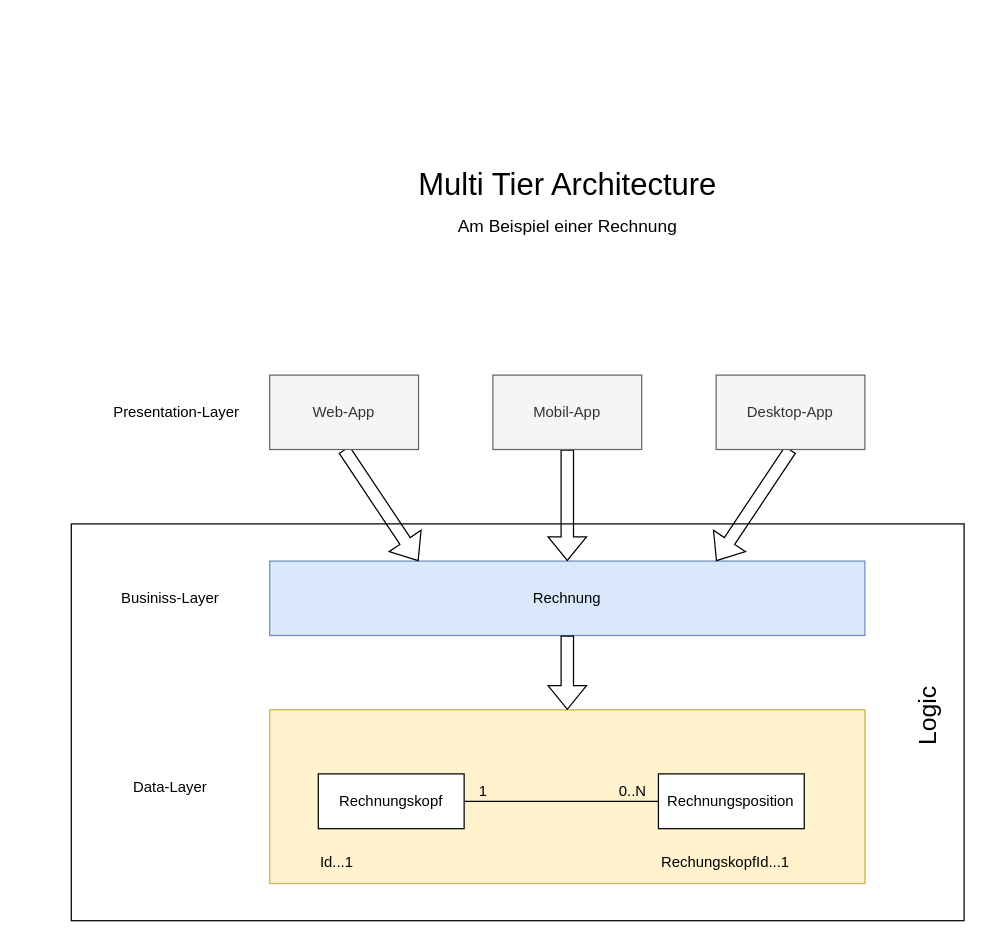
Before: MultiTierArchitecture.drawio in Nydery/CSSoftwareEngineering-QuickTemplate, a draw.io diagram. Source tidied: cells renumbered, new cells numbered last; positions are measured from the earlier drawing's top-left corner, leaving out a move shared by most shapes. Both pictures are drawn from the tidied source at 124%, with x=0, y=0 at pixel (71, 157).
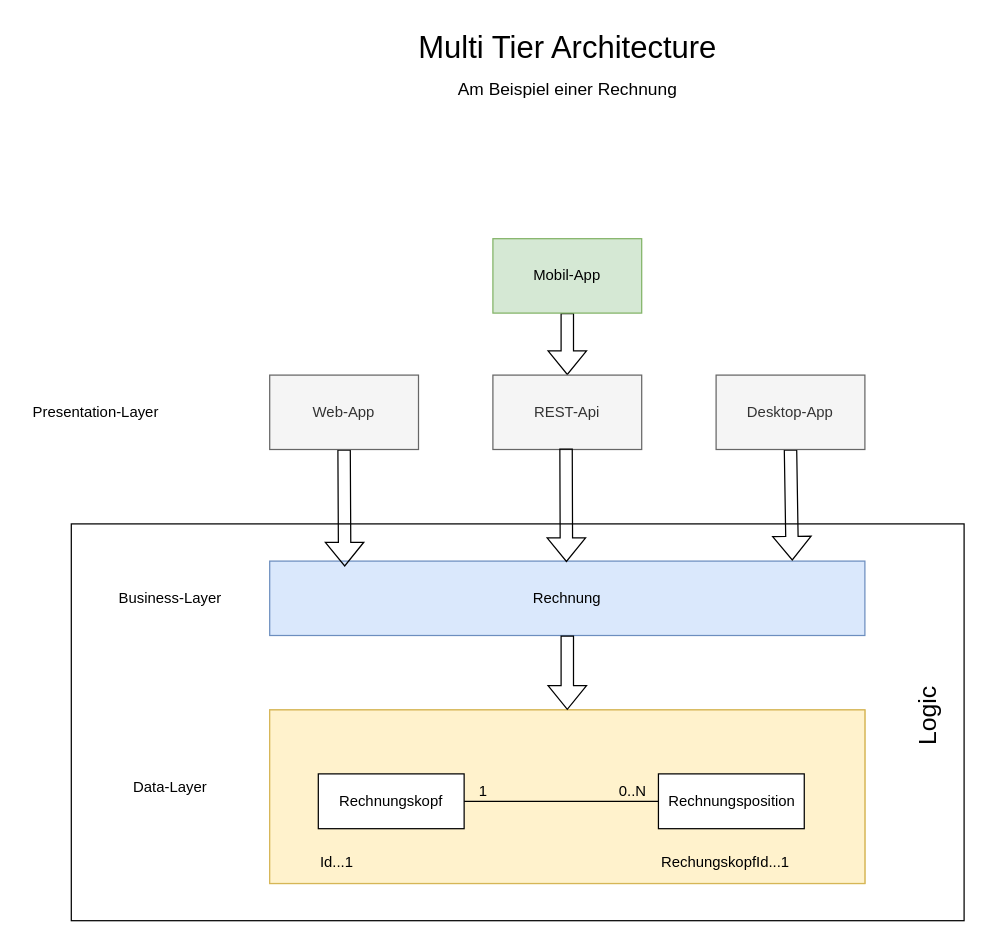
The same page after the edit.

Commit message:
Changed multi tier atchitecture picture.

Unchanged cells that the change refers to:
```xml
<mxCell id="12" value="Rechnung" style="rounded=0;whiteSpace=wrap;html=1;fillColor=#dae8fc;strokeColor=#6c8ebf;" parent="1" vertex="1">
  <mxGeometry x="160" y="325" width="480" height="60" as="geometry" />
</mxCell>
<mxCell id="20" value="Web-App" style="rounded=0;whiteSpace=wrap;html=1;fillColor=#f5f5f5;fontColor=#333333;strokeColor=#666666;" parent="1" vertex="1">
  <mxGeometry x="160" y="175" width="120" height="60" as="geometry" />
</mxCell>
<mxCell id="22" value="Desktop-App" style="rounded=0;whiteSpace=wrap;html=1;fillColor=#f5f5f5;fontColor=#333333;strokeColor=#666666;" parent="1" vertex="1">
  <mxGeometry x="520" y="175" width="120" height="60" as="geometry" />
</mxCell>
```

The edit, as a diff of the source:
```diff
@@
-    <mxCell id="14" style="shape=flexArrow;endArrow=classic;html=1;rounded=0;exitX=0.5;exitY=1;exitDx=0;exitDy=0;entryX=0.25;entryY=0;entryDx=0;entryDy=0;" parent="1" edge="1" source="20" target="12">
+    <mxCell id="14" style="shape=flexArrow;endArrow=classic;html=1;rounded=0;exitX=0.5;exitY=1;exitDx=0;exitDy=0;entryX=0.126;entryY=0.073;entryDx=0;entryDy=0;entryPerimeter=0;" parent="1" edge="1" source="20" target="12">
       <mxGeometry relative="1" as="geometry" />
     </mxCell>
-    <mxCell id="15" style="shape=flexArrow;endArrow=classic;html=1;rounded=0;exitX=0.5;exitY=1;exitDx=0;exitDy=0;" parent="1" edge="1" source="21">
-      <mxGeometry relative="1" as="geometry">
-        <mxPoint x="400" y="325" as="targetPoint" />
-      </mxGeometry>
+    <mxCell id="15" style="shape=flexArrow;endArrow=classic;html=1;rounded=0;" parent="1" edge="1" source="21" target="26">
+      <mxGeometry relative="1" as="geometry" />
     </mxCell>
-    <mxCell id="16" style="shape=flexArrow;endArrow=classic;html=1;rounded=0;exitX=0.5;exitY=1;exitDx=0;exitDy=0;entryX=0.75;entryY=0;entryDx=0;entryDy=0;" parent="1" edge="1" source="22" target="12">
+    <mxCell id="16" style="shape=flexArrow;endArrow=classic;html=1;rounded=0;exitX=0.5;exitY=1;exitDx=0;exitDy=0;entryX=0.878;entryY=-0.007;entryDx=0;entryDy=0;entryPerimeter=0;" parent="1" edge="1" source="22" target="12">
       <mxGeometry relative="1" as="geometry" />
     </mxCell>
@@
-    <mxCell id="18" value="Businiss-Layer" style="text;html=1;strokeColor=none;fillColor=none;align=center;verticalAlign=middle;whiteSpace=wrap;rounded=0;" parent="1" vertex="1">
+    <mxCell id="18" value="Business-Layer" style="text;html=1;strokeColor=none;fillColor=none;align=center;verticalAlign=middle;whiteSpace=wrap;rounded=0;" parent="1" vertex="1">
       <mxGeometry x="35" y="340" width="90" height="30" as="geometry" />
     </mxCell>
     <mxCell id="19" value="Presentation-Layer" style="text;html=1;strokeColor=none;fillColor=none;align=center;verticalAlign=middle;whiteSpace=wrap;rounded=0;" parent="1" vertex="1">
-      <mxGeometry x="30" y="190" width="110" height="30" as="geometry" />
+      <mxGeometry x="-40" y="190" width="120" height="30" as="geometry" />
     </mxCell>
@@
-    <mxCell id="21" value="Mobil-App" style="rounded=0;whiteSpace=wrap;html=1;fillColor=#f5f5f5;fontColor=#333333;strokeColor=#666666;" parent="1" vertex="1">
-      <mxGeometry x="340" y="175" width="120" height="60" as="geometry" />
+    <mxCell id="21" value="Mobil-App" style="rounded=0;whiteSpace=wrap;html=1;fillColor=#d5e8d4;strokeColor=#82b366;" parent="1" vertex="1">
+      <mxGeometry x="340" y="65" width="120" height="60" as="geometry" />
     </mxCell>
@@
     <mxCell id="24" value="Multi Tier Architecture" style="text;html=1;align=center;verticalAlign=middle;strokeColor=none;fillColor=none;fontSize=25;" parent="1" vertex="1">
-      <mxGeometry x="270" width="260" height="40" as="geometry" />
+      <mxGeometry x="270" y="-110" width="260" height="40" as="geometry" />
     </mxCell>
     <mxCell id="25" value="Am Beispiel einer Rechnung" style="text;html=1;align=center;verticalAlign=middle;strokeColor=none;fillColor=none;fontSize=14;" parent="1" vertex="1">
-      <mxGeometry x="305" y="45" width="190" height="20" as="geometry" />
+      <mxGeometry x="305" y="-65" width="190" height="20" as="geometry" />
     </mxCell>
+    <mxCell id="26" value="REST-Api" style="rounded=0;whiteSpace=wrap;html=1;fillColor=#f5f5f5;fontColor=#333333;strokeColor=#666666;" parent="1" vertex="1">
+      <mxGeometry x="340" y="175" width="120" height="60" as="geometry" />
+    </mxCell>
+    <mxCell id="27" style="edgeStyle=orthogonalEdgeStyle;rounded=0;orthogonalLoop=1;jettySize=auto;html=1;exitX=0.5;exitY=1;exitDx=0;exitDy=0;" parent="1" edge="1" source="22" target="22">
+      <mxGeometry relative="1" as="geometry" />
+    </mxCell>
+    <mxCell id="28" style="shape=flexArrow;endArrow=classic;html=1;rounded=0;exitX=0.5;exitY=1;exitDx=0;exitDy=0;entryX=0.959;entryY=0.027;entryDx=0;entryDy=0;entryPerimeter=0;" parent="1" edge="1">
+      <mxGeometry relative="1" as="geometry">
+        <mxPoint x="399" y="234.2" as="sourcePoint" />
+        <mxPoint x="399.3" y="325.8" as="targetPoint" />
+      </mxGeometry>
+    </mxCell>
```
